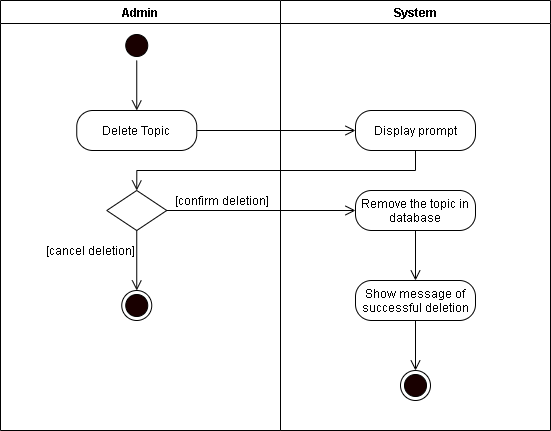
The draw.io diagram REVISIONS/UML-DIAGRAMS/6-9-2021/ACTIVITY DIAGRAM/18-Delete Topic.png in mrklglsn/CAPSTONE-FILES, before a commit. Source tidied: cells renumbered, new cells last; positions are measured from the earlier drawing's top-left corner, leaving out a move shared by most shapes.
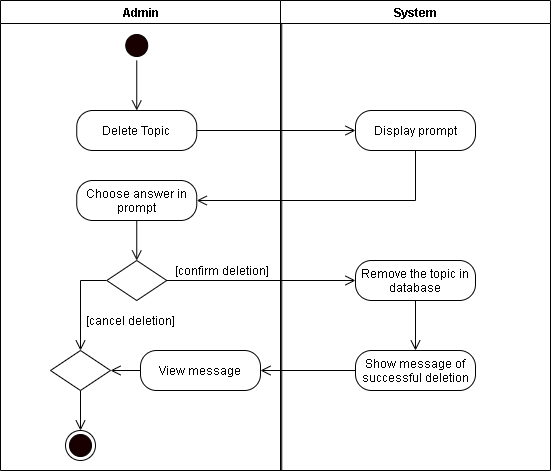
The same file after the commit.

Diff of the diagram source:
```diff
@@ -3,7 +3,7 @@
     <mxCell id="0" />
     <mxCell id="1" parent="0" />
     <mxCell id="2" value="Admin" style="swimlane;startSize=23;" parent="1" vertex="1">
-      <mxGeometry width="280" height="430" as="geometry" />
+      <mxGeometry width="281.2" height="470" as="geometry" />
     </mxCell>
     <mxCell id="3" style="edgeStyle=orthogonalEdgeStyle;rounded=0;jettySize=auto;html=1;exitX=0.5;exitY=1;exitDx=0;exitDy=0;entryX=0.5;entryY=0;entryDx=0;entryDy=0;endArrow=open;endFill=0;endSize=8;" parent="2" edge="1" source="4">
       <mxGeometry relative="1" as="geometry">
@@ -16,54 +16,67 @@
     <mxCell id="5" value="Delete Topic" style="rounded=1;whiteSpace=wrap;html=1;arcSize=40;" parent="2" vertex="1">
       <mxGeometry x="76.2" y="110" width="120" height="40" as="geometry" />
     </mxCell>
+    <mxCell id="21" style="edgeStyle=orthogonalEdgeStyle;rounded=0;jettySize=auto;html=1;exitX=0;exitY=0.5;exitDx=0;exitDy=0;endArrow=open;endFill=0;endSize=8;" parent="2" edge="1" source="6" target="25">
+      <mxGeometry relative="1" as="geometry" />
+    </mxCell>
     <mxCell id="6" style="rhombus;whiteSpace=wrap;html=1;" parent="2" vertex="1">
-      <mxGeometry x="106.2" y="190" width="60" height="40" as="geometry" />
+      <mxGeometry x="106.2" y="260" width="60" height="40" as="geometry" />
     </mxCell>
     <mxCell id="7" value="[confirm deletion]" style="text;html=1;align=center;verticalAlign=middle;strokeColor=none;" parent="2" vertex="1">
-      <mxGeometry x="166.2" y="190" width="110" height="20" as="geometry" />
+      <mxGeometry x="166.2" y="260" width="110" height="20" as="geometry" />
     </mxCell>
     <mxCell id="8" value="[cancel deletion]" style="text;html=1;align=center;verticalAlign=middle;strokeColor=none;" parent="2" vertex="1">
-      <mxGeometry x="40" y="240" width="100" height="20" as="geometry" />
+      <mxGeometry x="80" y="310" width="100" height="20" as="geometry" />
     </mxCell>
     <mxCell id="9" style="ellipse;html=1;shape=endState;fillColor=#190000;" parent="2" vertex="1">
-      <mxGeometry x="121.2" y="290" width="30" height="30" as="geometry" />
+      <mxGeometry x="65" y="430" width="30" height="30" as="geometry" />
     </mxCell>
-    <mxCell id="10" style="edgeStyle=orthogonalEdgeStyle;rounded=0;jettySize=auto;html=1;exitX=0.5;exitY=1;exitDx=0;exitDy=0;endArrow=open;endFill=0;endSize=8;entryX=0.5;entryY=0;entryDx=0;entryDy=0;" parent="2" edge="1" source="6" target="9">
-      <mxGeometry relative="1" as="geometry" />
-    </mxCell>
+    <mxCell id="22" style="edgeStyle=orthogonalEdgeStyle;rounded=0;jettySize=auto;html=1;exitX=0;exitY=0.5;exitDx=0;exitDy=0;entryX=1;entryY=0.5;entryDx=0;entryDy=0;endArrow=open;endFill=0;endSize=8;" parent="2" edge="1" source="23" target="25">
+      <mxGeometry relative="1" as="geometry" />
+    </mxCell>
+    <mxCell id="23" value="View message" style="rounded=1;whiteSpace=wrap;html=1;arcSize=40;" parent="2" vertex="1">
+      <mxGeometry x="140" y="350" width="120" height="40" as="geometry" />
+    </mxCell>
+    <mxCell id="24" style="edgeStyle=orthogonalEdgeStyle;rounded=0;jettySize=auto;html=1;exitX=0.5;exitY=1;exitDx=0;exitDy=0;entryX=0.5;entryY=0;entryDx=0;entryDy=0;endArrow=open;endFill=0;endSize=8;" parent="2" edge="1" source="25" target="9">
+      <mxGeometry relative="1" as="geometry" />
+    </mxCell>
+    <mxCell id="25" style="rhombus;whiteSpace=wrap;html=1;" parent="2" vertex="1">
+      <mxGeometry x="50" y="350" width="60" height="40" as="geometry" />
+    </mxCell>
+    <mxCell id="26" style="edgeStyle=orthogonalEdgeStyle;rounded=0;jettySize=auto;html=1;exitX=0.5;exitY=1;exitDx=0;exitDy=0;entryX=0.5;entryY=0;entryDx=0;entryDy=0;endArrow=open;endFill=0;endSize=8;" parent="2" edge="1" source="27" target="6">
+      <mxGeometry relative="1" as="geometry" />
+    </mxCell>
+    <mxCell id="27" value="Choose answer in prompt" style="rounded=1;whiteSpace=wrap;html=1;arcSize=40;" parent="2" vertex="1">
+      <mxGeometry x="76.2" y="180" width="120" height="40" as="geometry" />
+    </mxCell>
     <mxCell id="11" value="System" style="swimlane;" parent="1" vertex="1">
-      <mxGeometry x="280" width="270" height="430" as="geometry" />
+      <mxGeometry x="280" width="270" height="470" as="geometry" />
     </mxCell>
     <mxCell id="12" value="Display prompt" style="rounded=1;whiteSpace=wrap;html=1;arcSize=40;" parent="11" vertex="1">
       <mxGeometry x="75" y="110" width="120" height="40" as="geometry" />
     </mxCell>
     <mxCell id="13" value="Remove the topic in database" style="rounded=1;whiteSpace=wrap;html=1;arcSize=40;" parent="11" vertex="1">
-      <mxGeometry x="75" y="190" width="120" height="40" as="geometry" />
+      <mxGeometry x="75" y="260" width="120" height="40" as="geometry" />
     </mxCell>
     <mxCell id="14" value="Show message of successful deletion" style="rounded=1;whiteSpace=wrap;html=1;arcSize=40;" parent="11" vertex="1">
-      <mxGeometry x="75" y="280" width="120" height="40" as="geometry" />
+      <mxGeometry x="75" y="350" width="120" height="40" as="geometry" />
     </mxCell>
-    <mxCell id="15" style="ellipse;html=1;shape=endState;fillColor=#190000;" parent="11" vertex="1">
-      <mxGeometry x="120" y="370" width="30" height="30" as="geometry" />
-    </mxCell>
     <mxCell id="16" style="edgeStyle=orthogonalEdgeStyle;rounded=0;jettySize=auto;html=1;exitX=1;exitY=0.5;exitDx=0;exitDy=0;endArrow=open;endFill=0;endSize=8;entryX=0;entryY=0.5;entryDx=0;entryDy=0;" parent="1" edge="1" source="5" target="12">
       <mxGeometry relative="1" as="geometry" />
     </mxCell>
-    <mxCell id="17" style="edgeStyle=orthogonalEdgeStyle;rounded=0;jettySize=auto;html=1;exitX=0.5;exitY=1;exitDx=0;exitDy=0;endArrow=open;endFill=0;endSize=8;entryX=0.5;entryY=0;entryDx=0;entryDy=0;" parent="1" edge="1" source="12" target="6">
-      <mxGeometry relative="1" as="geometry" />
-    </mxCell>
     <mxCell id="18" style="edgeStyle=orthogonalEdgeStyle;rounded=0;jettySize=auto;html=1;exitX=1;exitY=0.5;exitDx=0;exitDy=0;endArrow=open;endFill=0;endSize=8;entryX=0;entryY=0.5;entryDx=0;entryDy=0;" parent="1" edge="1" source="6" target="13">
       <mxGeometry relative="1" as="geometry" />
     </mxCell>
     <mxCell id="19" style="edgeStyle=orthogonalEdgeStyle;rounded=0;jettySize=auto;html=1;exitX=0.5;exitY=1;exitDx=0;exitDy=0;endArrow=open;endFill=0;endSize=8;" parent="1" edge="1" source="13">
       <mxGeometry relative="1" as="geometry">
-        <mxPoint x="415" y="280" as="targetPoint" />
+        <mxPoint x="415" y="350" as="targetPoint" />
       </mxGeometry>
     </mxCell>
-    <mxCell id="20" style="edgeStyle=orthogonalEdgeStyle;rounded=0;jettySize=auto;html=1;exitX=0.5;exitY=1;exitDx=0;exitDy=0;endArrow=open;endFill=0;endSize=8;" parent="1" edge="1" source="14">
-      <mxGeometry relative="1" as="geometry">
-        <mxPoint x="415" y="370" as="targetPoint" />
-      </mxGeometry>
-    </mxCell>
+    <mxCell id="28" style="edgeStyle=orthogonalEdgeStyle;rounded=0;jettySize=auto;html=1;exitX=0;exitY=0.5;exitDx=0;exitDy=0;endArrow=open;endFill=0;endSize=8;" parent="1" edge="1" source="14" target="23">
+      <mxGeometry relative="1" as="geometry" />
+    </mxCell>
+    <mxCell id="29" style="edgeStyle=orthogonalEdgeStyle;rounded=0;jettySize=auto;html=1;exitX=0.5;exitY=1;exitDx=0;exitDy=0;entryX=1;entryY=0.5;entryDx=0;entryDy=0;endArrow=open;endFill=0;endSize=8;" parent="1" edge="1" source="12" target="27">
+      <mxGeometry relative="1" as="geometry" />
+    </mxCell>
   </root>
 </mxGraphModel>
```
